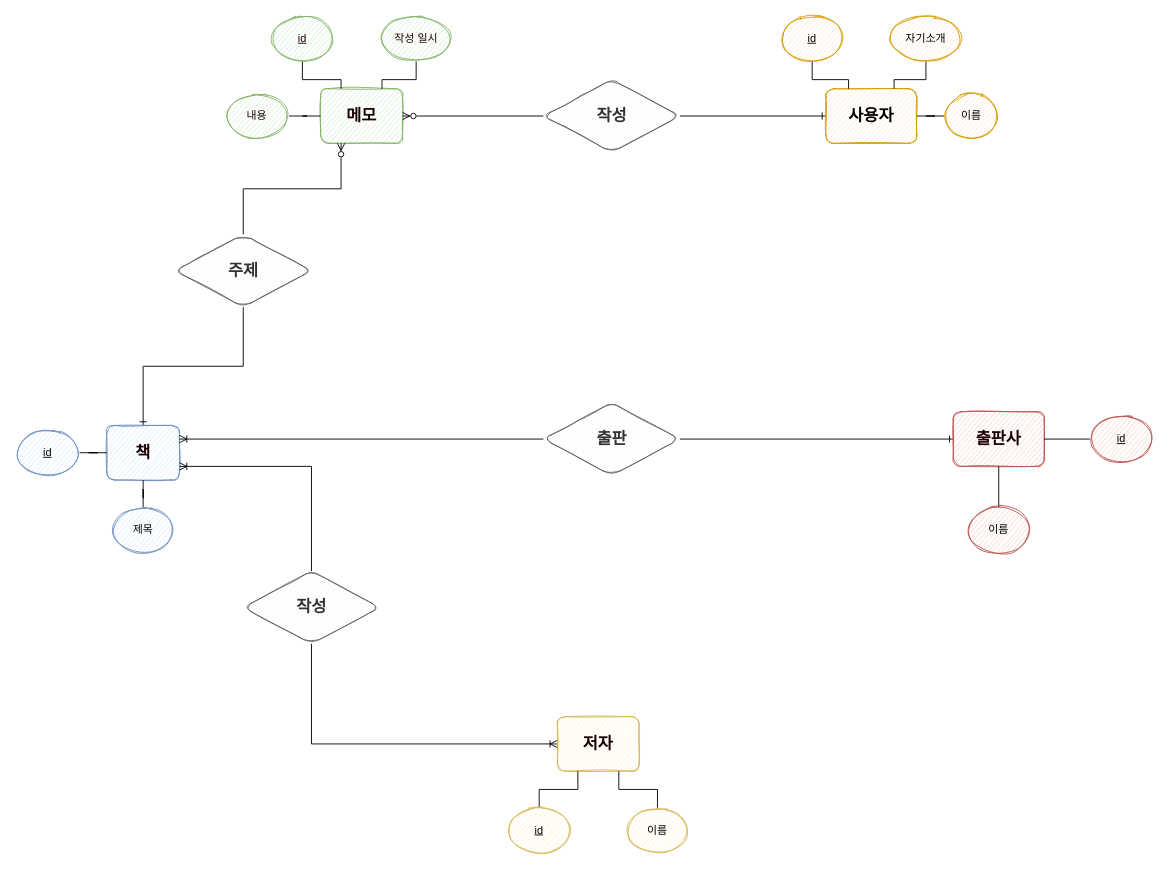
This is page "erd" (1 of 2) of erd.drawio from sunnybyeon/book-note, a draw.io file, before an edit. Source tidied: cells renumbered, new cells numbered last; positions are measured from the earlier drawing's top-left corner, leaving out a move shared by most shapes. Both pictures are drawn from the tidied source at 91%, with x=0, y=0 at pixel (15, 15).
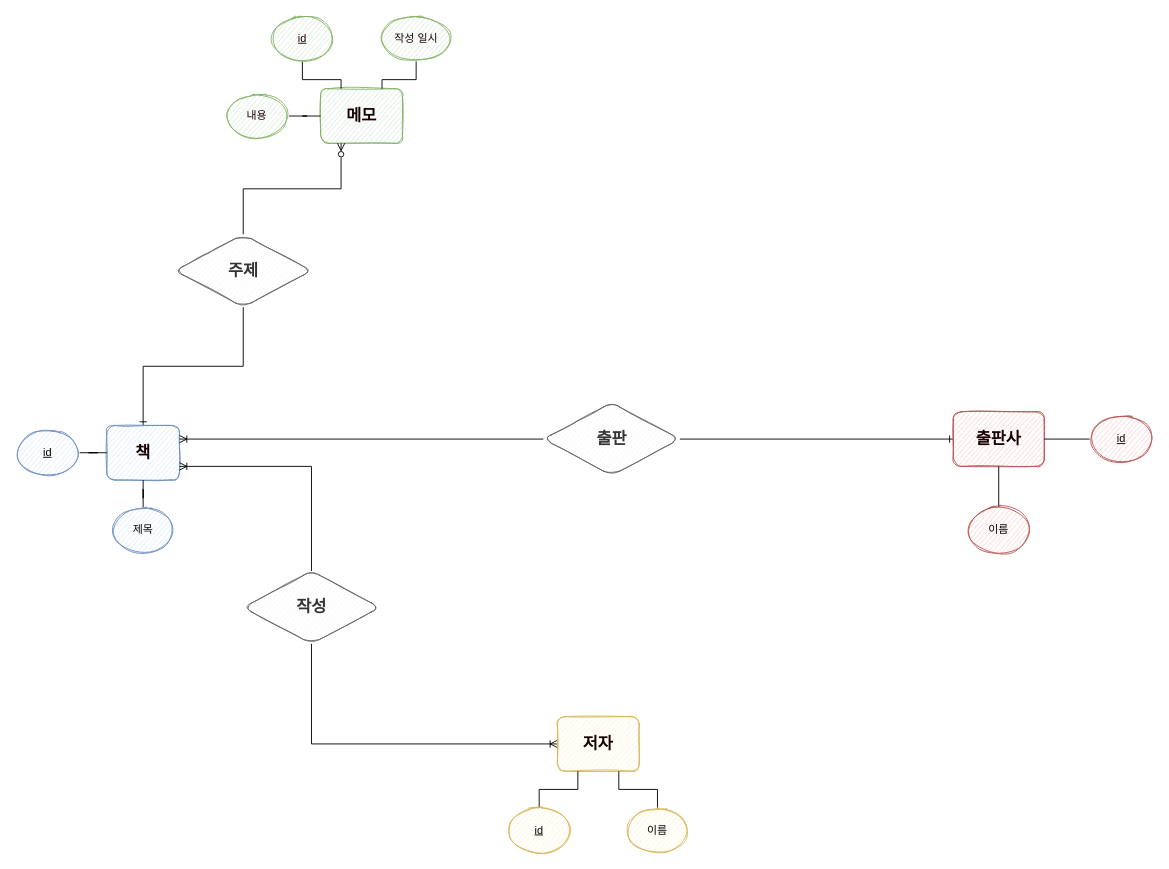
Above is the later version.

Unchanged cells that the change refers to:
```xml
<mxCell id="2" value="&lt;h2&gt;&lt;font color=&quot;#190000&quot;&gt;메모&lt;/font&gt;&lt;/h2&gt;" style="rounded=1;whiteSpace=wrap;html=1;sketch=1;fillColor=#d5e8d4;strokeColor=#82b366;fontFamily=Gowun Dodum;" parent="1" vertex="1">
  <mxGeometry x="334.8" y="80" width="90" height="60" as="geometry" />
</mxCell>
```

Diff of the diagram source:
```diff
@@
-    <mxCell id="25" style="edgeStyle=orthogonalEdgeStyle;rounded=0;jettySize=auto;html=1;entryX=1;entryY=0.5;entryDx=0;entryDy=0;fontFamily=Gowun Dodum;startArrow=ERone;startFill=0;endArrow=none;endFill=0;" parent="1" edge="1" source="26" target="40">
-      <mxGeometry relative="1" as="geometry" />
-    </mxCell>
-    <mxCell id="26" value="&lt;h2&gt;사용자&lt;/h2&gt;" style="rounded=1;whiteSpace=wrap;html=1;sketch=1;fillColor=#ffe6cc;strokeColor=#d79b00;fontFamily=Gowun Dodum;" parent="1" vertex="1">
-      <mxGeometry x="890" y="80" width="100" height="60" as="geometry" />
-    </mxCell>
-    <mxCell id="27" style="edgeStyle=orthogonalEdgeStyle;rounded=0;jettySize=auto;html=1;entryX=1;entryY=0.5;entryDx=0;entryDy=0;fontFamily=Gowun Dodum;strokeColor=default;strokeWidth=1;endSize=5;endArrow=none;endFill=0;" parent="1" edge="1" source="28" target="26">
-      <mxGeometry relative="1" as="geometry" />
-    </mxCell>
-    <mxCell id="28" value="&lt;p&gt;이름&lt;/p&gt;" style="ellipse;whiteSpace=wrap;html=1;sketch=1;fontFamily=Gowun Dodum;fillColor=#ffe6cc;strokeColor=#d79b00;" parent="1" vertex="1">
-      <mxGeometry x="1020" y="85" width="60" height="50" as="geometry" />
-    </mxCell>
-    <mxCell id="29" style="edgeStyle=orthogonalEdgeStyle;rounded=0;jettySize=auto;html=1;entryX=0.75;entryY=0;entryDx=0;entryDy=0;labelBorderColor=none;fontFamily=Gowun Dodum;fontColor=#190000;endArrow=none;endFill=0;endSize=5;strokeColor=default;strokeWidth=1;" parent="1" edge="1" source="30" target="26">
-      <mxGeometry relative="1" as="geometry" />
-    </mxCell>
-    <mxCell id="30" value="&lt;p&gt;자기소개&lt;/p&gt;" style="ellipse;whiteSpace=wrap;html=1;sketch=1;fontFamily=Gowun Dodum;fillColor=#ffe6cc;strokeColor=#d79b00;fontStyle=0;" parent="1" vertex="1">
-      <mxGeometry x="960" width="80" height="50" as="geometry" />
-    </mxCell>
-    <mxCell id="31" style="edgeStyle=orthogonalEdgeStyle;rounded=0;jettySize=auto;html=1;entryX=0.25;entryY=0;entryDx=0;entryDy=0;labelBorderColor=none;fontFamily=Gowun Dodum;fontColor=#190000;endArrow=none;endFill=0;endSize=5;strokeColor=default;strokeWidth=1;" parent="1" edge="1" source="32" target="26">
-      <mxGeometry relative="1" as="geometry" />
-    </mxCell>
-    <mxCell id="32" value="&lt;p&gt;id&lt;/p&gt;" style="ellipse;whiteSpace=wrap;html=1;sketch=1;fontFamily=Gowun Dodum;fillColor=#ffe6cc;strokeColor=#d79b00;fontStyle=4;" parent="1" vertex="1">
-      <mxGeometry x="840" width="70" height="50" as="geometry" />
-    </mxCell>
@@
-    <mxCell id="39" style="edgeStyle=orthogonalEdgeStyle;rounded=0;jettySize=auto;html=1;entryX=1;entryY=0.5;entryDx=0;entryDy=0;fontFamily=Gowun Dodum;startArrow=none;startFill=0;endArrow=ERzeroToMany;endFill=0;" parent="1" edge="1" source="40" target="2">
-      <mxGeometry relative="1" as="geometry" />
-    </mxCell>
-    <mxCell id="40" value="&lt;h2&gt;&lt;font face=&quot;Gowun Dodum&quot;&gt;작성&lt;/font&gt;&lt;/h2&gt;" style="rhombus;whiteSpace=wrap;html=1;fillColor=#f5f5f5;fontColor=#333333;strokeColor=#666666;sketch=1;rounded=1;" parent="1" vertex="1">
-      <mxGeometry x="579.6" y="70" width="150" height="80" as="geometry" />
-    </mxCell>
```
